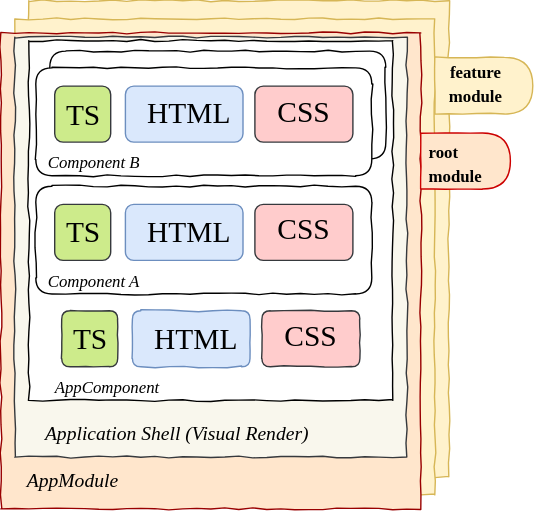
Earlier version of the draw.io export media/blogAssets/angular/rootBlockDiagram-ng app.svg (numoonchld/numoonchld.github.io). Source tidied: cells renumbered, new cells last; positions are measured from the earlier drawing's top-left corner, leaving out a move shared by most shapes.
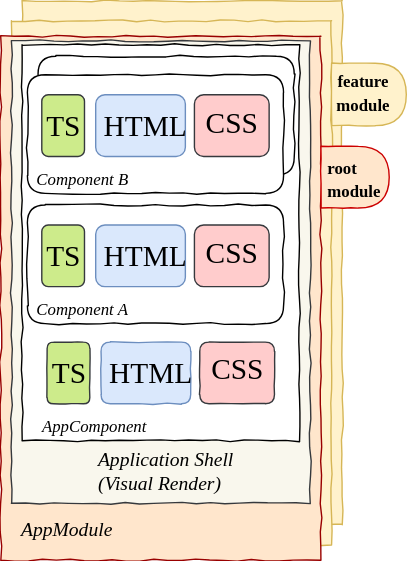
The same diagram one commit later.

The edit, as a diff of the source:
```diff
@@ -2,185 +2,191 @@
   <root>
     <mxCell id="0" />
     <mxCell id="1" parent="0" />
+    <mxCell id="62" style="group;" parent="1" vertex="1">
+      <mxGeometry x="-150" y="-4" width="290" height="400" as="geometry" />
+    </mxCell>
+    <mxCell id="63" style="group;" parent="62" vertex="1">
+      <mxGeometry width="290" height="400" as="geometry" />
+    </mxCell>
-    <mxCell id="2" style="rounded=0;whiteSpace=wrap;html=1;fillColor=#fff2cc;strokeColor=#d6b656;comic=1;" parent="1" vertex="1">
-      <mxGeometry x="20" width="300" height="340" as="geometry" />
+    <mxCell id="2" style="rounded=0;whiteSpace=wrap;html=1;fillColor=#fff2cc;strokeColor=#d6b656;comic=1;" parent="63" vertex="1">
+      <mxGeometry x="15.3" width="228.9" height="374.7" as="geometry" />
     </mxCell>
-    <mxCell id="3" style="rounded=0;whiteSpace=wrap;html=1;fillColor=#fff2cc;strokeColor=#d6b656;comic=1;" parent="1" vertex="1">
-      <mxGeometry x="10" y="13" width="300" height="340" as="geometry" />
+    <mxCell id="3" style="rounded=0;whiteSpace=wrap;html=1;fillColor=#fff2cc;strokeColor=#d6b656;comic=1;" parent="63" vertex="1">
+      <mxGeometry x="7.6" y="14.3" width="228.9" height="374.7" as="geometry" />
     </mxCell>
-    <mxCell id="4" style="rounded=0;whiteSpace=wrap;html=1;fillColor=#ffe6cc;strokeColor=#990000;comic=1;" parent="1" vertex="1">
-      <mxGeometry y="23" width="300" height="340" as="geometry" />
+    <mxCell id="4" style="rounded=0;whiteSpace=wrap;html=1;fillColor=#ffe6cc;strokeColor=#990000;comic=1;" parent="63" vertex="1">
+      <mxGeometry y="25.3" width="228.9" height="374.7" as="geometry" />
     </mxCell>
-    <mxCell id="5" style="rounded=0;whiteSpace=wrap;html=1;fontFamily=Trebuchet MS;fontSize=14;align=left;fillColor=#f9f7ed;strokeColor=#36393d;glass=1;comic=1;" parent="1" vertex="1">
-      <mxGeometry x="10" y="26" width="280" height="300" as="geometry" />
+    <mxCell id="5" style="rounded=0;whiteSpace=wrap;html=1;fontFamily=Trebuchet MS;fontSize=14;align=left;fillColor=#f9f7ed;strokeColor=#36393d;glass=1;comic=1;" parent="63" vertex="1">
+      <mxGeometry x="7.6" y="28.7" width="213.7" height="330.6" as="geometry" />
     </mxCell>
-    <mxCell id="6" style="group;comic=0;" parent="1" vertex="1">
-      <mxGeometry x="30" y="218.5" width="250" height="67" as="geometry" />
+    <mxCell id="6" style="group;comic=0;" parent="63" vertex="1">
+      <mxGeometry x="22.9" y="240.8" width="190.8" height="73.8" as="geometry" />
     </mxCell>
     <mxCell id="7" style="rounded=0;whiteSpace=wrap;html=1;fontFamily=Trebuchet MS;fontSize=14;align=left;comic=1;" parent="6" vertex="1">
-      <mxGeometry x="-10" y="-190" width="260" height="257" as="geometry" />
+      <mxGeometry x="-7.6" y="-209.4" width="198.4" height="283.2" as="geometry" />
     </mxCell>
     <mxCell id="8" style="group;" parent="6" vertex="1">
-      <mxGeometry x="13.5" y="3" width="40" height="40" as="geometry" />
+      <mxGeometry x="10.3" y="3.3" width="30.5" height="44.1" as="geometry" />
     </mxCell>
     <mxCell id="9" style="rounded=1;whiteSpace=wrap;html=1;fillColor=#cdeb8b;strokeColor=#36393d;comic=1;" parent="8" vertex="1">
-      <mxGeometry width="40" height="40" as="geometry" />
+      <mxGeometry width="30.5" height="44.1" as="geometry" />
     </mxCell>
     <mxCell id="10" value="TS" style="text;html=1;strokeColor=none;fillColor=none;align=center;verticalAlign=middle;whiteSpace=wrap;rounded=0;fontFamily=Trebuchet MS;fontSize=21;" parent="8" vertex="1">
-      <mxGeometry x="13.3" y="13.3" width="13.3" height="13.3" as="geometry" />
+      <mxGeometry x="10.2" y="14.7" width="10.2" height="14.7" as="geometry" />
     </mxCell>
     <mxCell id="11" style="group;rounded=0;" parent="6" vertex="1">
-      <mxGeometry x="64" y="7.5" width="84" height="40" as="geometry" />
+      <mxGeometry x="48.8" y="8.3" width="64.1" height="44.1" as="geometry" />
     </mxCell>
     <mxCell id="12" style="rounded=1;whiteSpace=wrap;html=1;fillColor=#dae8fc;strokeColor=#6c8ebf;comic=1;" parent="11" vertex="1">
-      <mxGeometry y="-4.5" width="84" height="40" as="geometry" />
+      <mxGeometry y="-5" width="64.1" height="44.1" as="geometry" />
     </mxCell>
     <mxCell id="13" value="HTML" style="text;html=1;strokeColor=none;fillColor=none;align=center;verticalAlign=middle;whiteSpace=wrap;rounded=0;fontFamily=Trebuchet MS;fontSize=21;" parent="11" vertex="1">
-      <mxGeometry x="16.7" y="9.5" width="50.9" height="12" as="geometry" />
+      <mxGeometry x="12.8" y="10.4" width="38.9" height="13.2" as="geometry" />
     </mxCell>
     <mxCell id="14" style="group;rounded=1;" parent="6" vertex="1">
-      <mxGeometry x="156.5" y="3" width="70" height="40" as="geometry" />
+      <mxGeometry x="119.4" y="3.3" width="53.4" height="44.1" as="geometry" />
     </mxCell>
     <mxCell id="15" style="rounded=1;whiteSpace=wrap;html=1;fillColor=#ffcccc;strokeColor=#36393d;comic=1;" parent="14" vertex="1">
-      <mxGeometry width="70" height="40" as="geometry" />
+      <mxGeometry width="53.4" height="44.1" as="geometry" />
     </mxCell>
     <mxCell id="16" value="CSS" style="text;html=1;strokeColor=none;fillColor=none;align=center;verticalAlign=middle;whiteSpace=wrap;rounded=1;fontFamily=Trebuchet MS;fontSize=21;" parent="14" vertex="1">
-      <mxGeometry x="20.6" y="11.3" width="23.3" height="13.3" as="geometry" />
+      <mxGeometry x="15.8" y="12.5" width="17.8" height="14.7" as="geometry" />
     </mxCell>
     <mxCell id="17" value="&lt;i&gt;AppComponent&lt;/i&gt;" style="text;html=1;strokeColor=none;fillColor=none;align=left;verticalAlign=middle;whiteSpace=wrap;rounded=0;fontFamily=Trebuchet MS;fontSize=12;" parent="6" vertex="1">
-      <mxGeometry x="7" y="47" width="177" height="20" as="geometry" />
+      <mxGeometry x="5.3" y="51.8" width="135.1" height="22" as="geometry" />
     </mxCell>
-    <mxCell id="18" value="&lt;i&gt;AppModule&lt;/i&gt;" style="text;html=1;strokeColor=none;fillColor=none;align=left;verticalAlign=middle;whiteSpace=wrap;rounded=0;fontFamily=Trebuchet MS;fontSize=14;" parent="1" vertex="1">
-      <mxGeometry x="17" y="333" width="40" height="20" as="geometry" />
+    <mxCell id="18" value="&lt;i&gt;AppModule&lt;/i&gt;" style="text;html=1;strokeColor=none;fillColor=none;align=left;verticalAlign=middle;whiteSpace=wrap;rounded=0;fontFamily=Trebuchet MS;fontSize=14;" parent="63" vertex="1">
+      <mxGeometry x="13" y="366.9" width="30.5" height="22" as="geometry" />
     </mxCell>
-    <mxCell id="19" value="&lt;i&gt;Application Shell (Visual Render)&lt;/i&gt;" style="text;html=1;strokeColor=none;fillColor=none;align=left;verticalAlign=middle;whiteSpace=wrap;rounded=0;fontFamily=Trebuchet MS;fontSize=14;" parent="1" vertex="1">
-      <mxGeometry x="30" y="299" width="230" height="20" as="geometry" />
+    <mxCell id="19" value="&lt;i&gt;Application Shell &lt;br&gt;(Visual Render)&lt;/i&gt;" style="text;html=1;strokeColor=none;fillColor=none;align=left;verticalAlign=middle;whiteSpace=wrap;rounded=0;fontFamily=Trebuchet MS;fontSize=14;" parent="63" vertex="1">
+      <mxGeometry x="68" y="320" width="110" height="31" as="geometry" />
     </mxCell>
-    <mxCell id="20" style="group;comic=1;" parent="1" vertex="1">
-      <mxGeometry x="25" y="142.5" width="240" height="67" as="geometry" />
+    <mxCell id="20" style="group;comic=1;" parent="63" vertex="1">
+      <mxGeometry x="19.1" y="157" width="183.2" height="73.8" as="geometry" />
     </mxCell>
     <mxCell id="21" style="rounded=1;whiteSpace=wrap;html=1;fontFamily=Trebuchet MS;fontSize=14;align=left;comic=1;" parent="20" vertex="1">
-      <mxGeometry y="-10" width="240" height="77" as="geometry" />
+      <mxGeometry y="-11" width="183.2" height="84.8" as="geometry" />
     </mxCell>
     <mxCell id="22" style="group;comic=1;" parent="20" vertex="1">
-      <mxGeometry x="13.5" y="3" width="40" height="40" as="geometry" />
+      <mxGeometry x="10.3" y="3.3" width="30.5" height="44.1" as="geometry" />
     </mxCell>
     <mxCell id="23" style="rounded=1;whiteSpace=wrap;html=1;fillColor=#cdeb8b;strokeColor=#36393d;" parent="22" vertex="1">
-      <mxGeometry width="40" height="40" as="geometry" />
+      <mxGeometry width="30.5" height="44.1" as="geometry" />
     </mxCell>
     <mxCell id="24" value="TS" style="text;html=1;strokeColor=none;fillColor=none;align=center;verticalAlign=middle;whiteSpace=wrap;rounded=0;fontFamily=Trebuchet MS;fontSize=21;" parent="22" vertex="1">
-      <mxGeometry x="13.3" y="13.3" width="13.3" height="13.3" as="geometry" />
+      <mxGeometry x="10.2" y="14.7" width="10.2" height="14.7" as="geometry" />
     </mxCell>
     <mxCell id="25" style="group;rounded=0;comic=1;" parent="20" vertex="1">
-      <mxGeometry x="64" y="7.5" width="84" height="40" as="geometry" />
+      <mxGeometry x="48.8" y="8.3" width="64.1" height="44.1" as="geometry" />
     </mxCell>
     <mxCell id="26" style="rounded=1;whiteSpace=wrap;html=1;fillColor=#dae8fc;strokeColor=#6c8ebf;" parent="25" vertex="1">
-      <mxGeometry y="-4.5" width="84" height="40" as="geometry" />
+      <mxGeometry y="-5" width="64.1" height="44.1" as="geometry" />
     </mxCell>
     <mxCell id="27" value="HTML" style="text;html=1;strokeColor=none;fillColor=none;align=center;verticalAlign=middle;whiteSpace=wrap;rounded=0;fontFamily=Trebuchet MS;fontSize=21;" parent="25" vertex="1">
-      <mxGeometry x="16.7" y="9.5" width="50.9" height="12" as="geometry" />
+      <mxGeometry x="12.8" y="10.4" width="38.9" height="13.2" as="geometry" />
     </mxCell>
     <mxCell id="28" style="group;rounded=1;comic=1;" parent="20" vertex="1">
-      <mxGeometry x="156.5" y="3" width="70" height="40" as="geometry" />
+      <mxGeometry x="119.4" y="3.3" width="53.4" height="44.1" as="geometry" />
     </mxCell>
     <mxCell id="29" style="rounded=1;whiteSpace=wrap;html=1;fillColor=#ffcccc;strokeColor=#36393d;" parent="28" vertex="1">
-      <mxGeometry width="70" height="40" as="geometry" />
+      <mxGeometry width="53.4" height="44.1" as="geometry" />
     </mxCell>
     <mxCell id="30" value="CSS" style="text;html=1;strokeColor=none;fillColor=none;align=center;verticalAlign=middle;whiteSpace=wrap;rounded=1;fontFamily=Trebuchet MS;fontSize=21;" parent="28" vertex="1">
-      <mxGeometry x="20.6" y="11.3" width="23.3" height="13.3" as="geometry" />
+      <mxGeometry x="15.8" y="12.5" width="17.8" height="14.7" as="geometry" />
     </mxCell>
     <mxCell id="31" value="&lt;i&gt;Component A&lt;/i&gt;" style="text;html=1;strokeColor=none;fillColor=none;align=left;verticalAlign=middle;whiteSpace=wrap;rounded=0;fontFamily=Trebuchet MS;fontSize=12;" parent="20" vertex="1">
-      <mxGeometry x="7" y="47" width="177" height="20" as="geometry" />
+      <mxGeometry x="5.3" y="51.8" width="135.1" height="22" as="geometry" />
     </mxCell>
-    <mxCell id="32" style="group;comic=1;" parent="1" vertex="1">
-      <mxGeometry x="35" y="46" width="240" height="67" as="geometry" />
+    <mxCell id="32" style="group;comic=1;" parent="63" vertex="1">
+      <mxGeometry x="26.7" y="50.7" width="183.2" height="73.8" as="geometry" />
     </mxCell>
     <mxCell id="33" style="rounded=1;whiteSpace=wrap;html=1;fontFamily=Trebuchet MS;fontSize=14;align=left;comic=1;" parent="32" vertex="1">
-      <mxGeometry y="-10" width="240" height="77" as="geometry" />
+      <mxGeometry y="-11" width="183.2" height="84.8" as="geometry" />
     </mxCell>
     <mxCell id="34" style="group;comic=1;" parent="32" vertex="1">
-      <mxGeometry x="13.5" y="3" width="40" height="40" as="geometry" />
+      <mxGeometry x="10.3" y="3.3" width="30.5" height="44.1" as="geometry" />
     </mxCell>
     <mxCell id="35" style="rounded=1;whiteSpace=wrap;html=1;fillColor=#cdeb8b;strokeColor=#36393d;" parent="34" vertex="1">
-      <mxGeometry width="40" height="40" as="geometry" />
+      <mxGeometry width="30.5" height="44.1" as="geometry" />
     </mxCell>
     <mxCell id="36" value="TS" style="text;html=1;strokeColor=none;fillColor=none;align=center;verticalAlign=middle;whiteSpace=wrap;rounded=0;fontFamily=Trebuchet MS;fontSize=21;" parent="34" vertex="1">
-      <mxGeometry x="13.3" y="13.3" width="13.3" height="13.3" as="geometry" />
+      <mxGeometry x="10.2" y="14.7" width="10.2" height="14.7" as="geometry" />
     </mxCell>
     <mxCell id="37" style="group;rounded=0;comic=1;" parent="32" vertex="1">
-      <mxGeometry x="64" y="7.5" width="84" height="40" as="geometry" />
+      <mxGeometry x="48.8" y="8.3" width="64.1" height="44.1" as="geometry" />
     </mxCell>
     <mxCell id="38" style="rounded=1;whiteSpace=wrap;html=1;fillColor=#dae8fc;strokeColor=#6c8ebf;" parent="37" vertex="1">
-      <mxGeometry y="-4.5" width="84" height="40" as="geometry" />
+      <mxGeometry y="-5" width="64.1" height="44.1" as="geometry" />
     </mxCell>
     <mxCell id="39" value="HTML" style="text;html=1;strokeColor=none;fillColor=none;align=center;verticalAlign=middle;whiteSpace=wrap;rounded=0;fontFamily=Trebuchet MS;fontSize=21;" parent="37" vertex="1">
-      <mxGeometry x="16.7" y="9.5" width="50.9" height="12" as="geometry" />
+      <mxGeometry x="12.8" y="10.4" width="38.9" height="13.2" as="geometry" />
     </mxCell>
     <mxCell id="40" style="group;rounded=1;comic=1;" parent="32" vertex="1">
-      <mxGeometry x="156.5" y="3" width="70" height="40" as="geometry" />
+      <mxGeometry x="119.4" y="3.3" width="53.4" height="44.1" as="geometry" />
     </mxCell>
     <mxCell id="41" style="rounded=1;whiteSpace=wrap;html=1;fillColor=#ffcccc;strokeColor=#36393d;" parent="40" vertex="1">
-      <mxGeometry width="70" height="40" as="geometry" />
+      <mxGeometry width="53.4" height="44.1" as="geometry" />
     </mxCell>
     <mxCell id="42" value="CSS" style="text;html=1;strokeColor=none;fillColor=none;align=center;verticalAlign=middle;whiteSpace=wrap;rounded=1;fontFamily=Trebuchet MS;fontSize=21;" parent="40" vertex="1">
-      <mxGeometry x="20.6" y="11.3" width="23.3" height="13.3" as="geometry" />
+      <mxGeometry x="15.8" y="12.5" width="17.8" height="14.7" as="geometry" />
     </mxCell>
     <mxCell id="43" value="&lt;i&gt;Component B&lt;/i&gt;" style="text;html=1;strokeColor=none;fillColor=none;align=left;verticalAlign=middle;whiteSpace=wrap;rounded=0;fontFamily=Trebuchet MS;fontSize=12;" parent="32" vertex="1">
-      <mxGeometry x="7" y="47" width="177" height="20" as="geometry" />
+      <mxGeometry x="5.3" y="51.8" width="135.1" height="22" as="geometry" />
     </mxCell>
-    <mxCell id="44" style="group;comic=1;" parent="1" vertex="1">
-      <mxGeometry x="25" y="58" width="240" height="67" as="geometry" />
+    <mxCell id="44" style="group;comic=1;" parent="63" vertex="1">
+      <mxGeometry x="19.1" y="63.9" width="183.2" height="73.8" as="geometry" />
     </mxCell>
     <mxCell id="45" style="rounded=1;whiteSpace=wrap;html=1;fontFamily=Trebuchet MS;fontSize=14;align=left;comic=1;" parent="44" vertex="1">
-      <mxGeometry y="-10" width="240" height="77" as="geometry" />
+      <mxGeometry y="-11" width="183.2" height="84.8" as="geometry" />
     </mxCell>
     <mxCell id="46" style="group;comic=1;" parent="44" vertex="1">
-      <mxGeometry x="13.5" y="3" width="40" height="40" as="geometry" />
+      <mxGeometry x="10.3" y="3.3" width="30.5" height="44.1" as="geometry" />
     </mxCell>
     <mxCell id="47" style="rounded=1;whiteSpace=wrap;html=1;fillColor=#cdeb8b;strokeColor=#36393d;" parent="46" vertex="1">
-      <mxGeometry width="40" height="40" as="geometry" />
+      <mxGeometry width="30.5" height="44.1" as="geometry" />
     </mxCell>
     <mxCell id="48" value="TS" style="text;html=1;strokeColor=none;fillColor=none;align=center;verticalAlign=middle;whiteSpace=wrap;rounded=0;fontFamily=Trebuchet MS;fontSize=21;" parent="46" vertex="1">
-      <mxGeometry x="13.3" y="13.3" width="13.3" height="13.3" as="geometry" />
+      <mxGeometry x="10.2" y="14.7" width="10.2" height="14.7" as="geometry" />
     </mxCell>
     <mxCell id="49" style="group;rounded=0;comic=1;" parent="44" vertex="1">
-      <mxGeometry x="64" y="7.5" width="84" height="40" as="geometry" />
+      <mxGeometry x="48.8" y="8.3" width="64.1" height="44.1" as="geometry" />
     </mxCell>
     <mxCell id="50" style="rounded=1;whiteSpace=wrap;html=1;fillColor=#dae8fc;strokeColor=#6c8ebf;" parent="49" vertex="1">
-      <mxGeometry y="-4.5" width="84" height="40" as="geometry" />
+      <mxGeometry y="-5" width="64.1" height="44.1" as="geometry" />
     </mxCell>
     <mxCell id="51" value="HTML" style="text;html=1;strokeColor=none;fillColor=none;align=center;verticalAlign=middle;whiteSpace=wrap;rounded=0;fontFamily=Trebuchet MS;fontSize=21;" parent="49" vertex="1">
-      <mxGeometry x="16.7" y="9.5" width="50.9" height="12" as="geometry" />
+      <mxGeometry x="12.8" y="10.4" width="38.9" height="13.2" as="geometry" />
     </mxCell>
     <mxCell id="52" style="group;rounded=1;comic=1;" parent="44" vertex="1">
-      <mxGeometry x="156.5" y="3" width="70" height="40" as="geometry" />
+      <mxGeometry x="119.4" y="3.3" width="53.4" height="44.1" as="geometry" />
     </mxCell>
     <mxCell id="53" style="rounded=1;whiteSpace=wrap;html=1;fillColor=#ffcccc;strokeColor=#36393d;" parent="52" vertex="1">
-      <mxGeometry width="70" height="40" as="geometry" />
+      <mxGeometry width="53.4" height="44.1" as="geometry" />
     </mxCell>
     <mxCell id="54" value="CSS" style="text;html=1;strokeColor=none;fillColor=none;align=center;verticalAlign=middle;whiteSpace=wrap;rounded=1;fontFamily=Trebuchet MS;fontSize=21;" parent="52" vertex="1">
-      <mxGeometry x="20.6" y="11.3" width="23.3" height="13.3" as="geometry" />
+      <mxGeometry x="15.8" y="12.5" width="17.8" height="14.7" as="geometry" />
     </mxCell>
     <mxCell id="55" value="&lt;i&gt;Component B&lt;/i&gt;" style="text;html=1;strokeColor=none;fillColor=none;align=left;verticalAlign=middle;whiteSpace=wrap;rounded=0;fontFamily=Trebuchet MS;fontSize=12;" parent="44" vertex="1">
-      <mxGeometry x="7" y="47" width="177" height="20" as="geometry" />
+      <mxGeometry x="5.3" y="51.8" width="135.1" height="22" as="geometry" />
     </mxCell>
-    <mxCell id="56" style="group;fillColor=none;strokeColor=none;" parent="1" vertex="1">
-      <mxGeometry x="310" y="40" width="70" height="41" as="geometry" />
+    <mxCell id="56" style="group;fillColor=none;strokeColor=none;" parent="63" vertex="1">
+      <mxGeometry x="236.6" y="44.1" width="53.4" height="45.2" as="geometry" />
     </mxCell>
     <mxCell id="57" style="shape=delay;whiteSpace=wrap;html=1;rounded=0;shadow=0;glass=1;comic=1;strokeColor=#d6b656;fontFamily=Trebuchet MS;fontSize=21;align=left;fillColor=#fff2cc;" parent="56" vertex="1">
-      <mxGeometry y="0.5" width="70" height="40.5" as="geometry" />
+      <mxGeometry y="0.6" width="53.4" height="44.6" as="geometry" />
     </mxCell>
     <mxCell id="58" value="&lt;h6&gt;&lt;font style=&quot;font-size: 12px&quot;&gt;feature module&lt;/font&gt;&lt;/h6&gt;" style="text;html=1;strokeColor=none;fillColor=none;align=center;verticalAlign=middle;whiteSpace=wrap;rounded=0;shadow=0;glass=1;comic=1;fontFamily=Trebuchet MS;fontSize=21;" parent="56" vertex="1">
-      <mxGeometry x="8" y="1.5" width="43.8" height="33" as="geometry" />
+      <mxGeometry x="6.1" y="1.7" width="33.4" height="36.4" as="geometry" />
     </mxCell>
-    <mxCell id="59" style="group;align=left;" parent="1" vertex="1">
-      <mxGeometry x="300" y="93.5" width="80" height="41" as="geometry" />
+    <mxCell id="59" style="group;align=left;" parent="63" vertex="1">
+      <mxGeometry x="228.9" y="103" width="61.1" height="45.2" as="geometry" />
     </mxCell>
     <mxCell id="60" style="shape=delay;whiteSpace=wrap;html=1;rounded=0;shadow=0;glass=1;comic=1;strokeColor=#CC0000;fontFamily=Trebuchet MS;fontSize=21;align=left;fillColor=#ffe6cc;" parent="59" vertex="1">
-      <mxGeometry y="1" width="64" height="40" as="geometry" />
+      <mxGeometry y="1.1" width="48.8" height="44.1" as="geometry" />
     </mxCell>
     <mxCell id="61" value="&lt;h6 style=&quot;text-align: left&quot;&gt;&lt;span style=&quot;font-size: 12px&quot;&gt;root module&lt;/span&gt;&lt;/h6&gt;" style="text;html=1;strokeColor=none;fillColor=none;align=left;verticalAlign=middle;whiteSpace=wrap;rounded=0;shadow=0;glass=1;comic=1;fontFamily=Trebuchet MS;fontSize=21;" parent="59" vertex="1">
-      <mxGeometry x="4" y="4.5" width="52" height="33" as="geometry" />
+      <mxGeometry x="3.1" y="5" width="39.7" height="36.4" as="geometry" />
     </mxCell>
   </root>
 </mxGraphModel>
```
